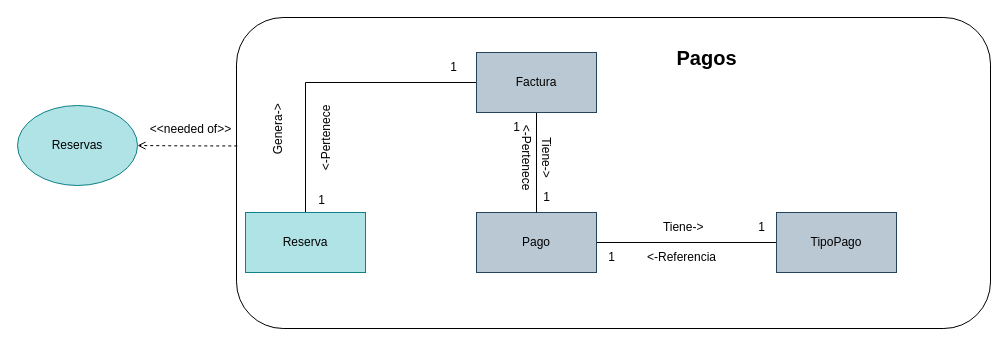
Earlier version of the draw.io diagram page "4.8 Pagos- ModeloDominioAcotado" (11 of 12) of SpaOnline/ModeloDominioSpa.drawio (cristianospina/DOO). Source tidied: cells renumbered, new cells numbered last; positions are measured from the earlier drawing's top-left corner, leaving out a move shared by most shapes. Both pictures are drawn from the tidied source at 100%, with x=0, y=0 at pixel (17, 17).
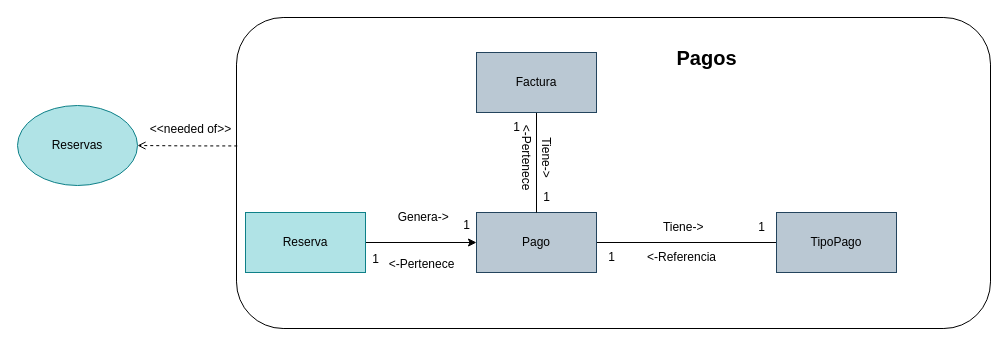
Above is the later version.

Unchanged cells that the change refers to:
```xml
<mxCell id="6" value="Pago&lt;br&gt;" style="rounded=0;whiteSpace=wrap;html=1;fillColor=#bac8d3;strokeColor=#23445d;" parent="1" vertex="1">
  <mxGeometry x="459" y="195" width="120" height="60" as="geometry" />
</mxCell>
<mxCell id="8" value="Factura" style="rounded=0;whiteSpace=wrap;html=1;fillColor=#bac8d3;strokeColor=#23445d;" parent="1" vertex="1">
  <mxGeometry x="459" y="35" width="120" height="60" as="geometry" />
</mxCell>
<mxCell id="20" value="Reserva" style="rounded=0;whiteSpace=wrap;html=1;fillColor=#b0e3e6;strokeColor=#0e8088;" parent="1" vertex="1">
  <mxGeometry x="228" y="195" width="120" height="60" as="geometry" />
</mxCell>
```

What changed in the source:
```diff
@@
-    <mxCell id="5" style="edgeStyle=orthogonalEdgeStyle;rounded=0;jettySize=auto;html=1;endArrow=none;endFill=0;exitX=0;exitY=0.5;exitDx=0;exitDy=0;" parent="1" edge="1" source="8" target="20">
-      <mxGeometry relative="1" as="geometry" />
-    </mxCell>
@@
+    <mxCell id="26" style="edgeStyle=orthogonalEdgeStyle;rounded=0;jettySize=auto;html=1;" parent="1" edge="1" source="20" target="6">
+      <mxGeometry relative="1" as="geometry" />
+    </mxCell>
@@
-    <mxCell id="21" value="&amp;nbsp;Genera-&amp;gt;" style="text;html=1;align=center;verticalAlign=middle;fillColor=none;rotation=-90;" parent="1" vertex="1">
-      <mxGeometry x="221" y="99" width="80" height="30" as="geometry" />
+    <mxCell id="21" value="&amp;nbsp;Genera-&amp;gt;" style="text;html=1;align=center;verticalAlign=middle;fillColor=none;rotation=0;" parent="1" vertex="1">
+      <mxGeometry x="364" y="185" width="80" height="30" as="geometry" />
     </mxCell>
-    <mxCell id="22" value="&amp;lt;-Pertenece" style="text;html=1;align=center;verticalAlign=middle;fillColor=none;rotation=-90;" parent="1" vertex="1">
-      <mxGeometry x="264" y="106" width="90" height="30" as="geometry" />
+    <mxCell id="22" value="&amp;lt;-Pertenece" style="text;html=1;align=center;verticalAlign=middle;fillColor=none;rotation=0;" parent="1" vertex="1">
+      <mxGeometry x="359" y="232" width="90" height="30" as="geometry" />
     </mxCell>
     <mxCell id="23" value="1" style="text;html=1;align=center;verticalAlign=middle;fillColor=none;" parent="1" vertex="1">
-      <mxGeometry x="289" y="168" width="30" height="30" as="geometry" />
+      <mxGeometry x="343" y="227" width="30" height="30" as="geometry" />
     </mxCell>
     <mxCell id="24" value="1" style="text;html=1;align=center;verticalAlign=middle;fillColor=none;" parent="1" vertex="1">
-      <mxGeometry x="421" y="35" width="30" height="30" as="geometry" />
+      <mxGeometry x="434" y="193" width="30" height="30" as="geometry" />
     </mxCell>
```
